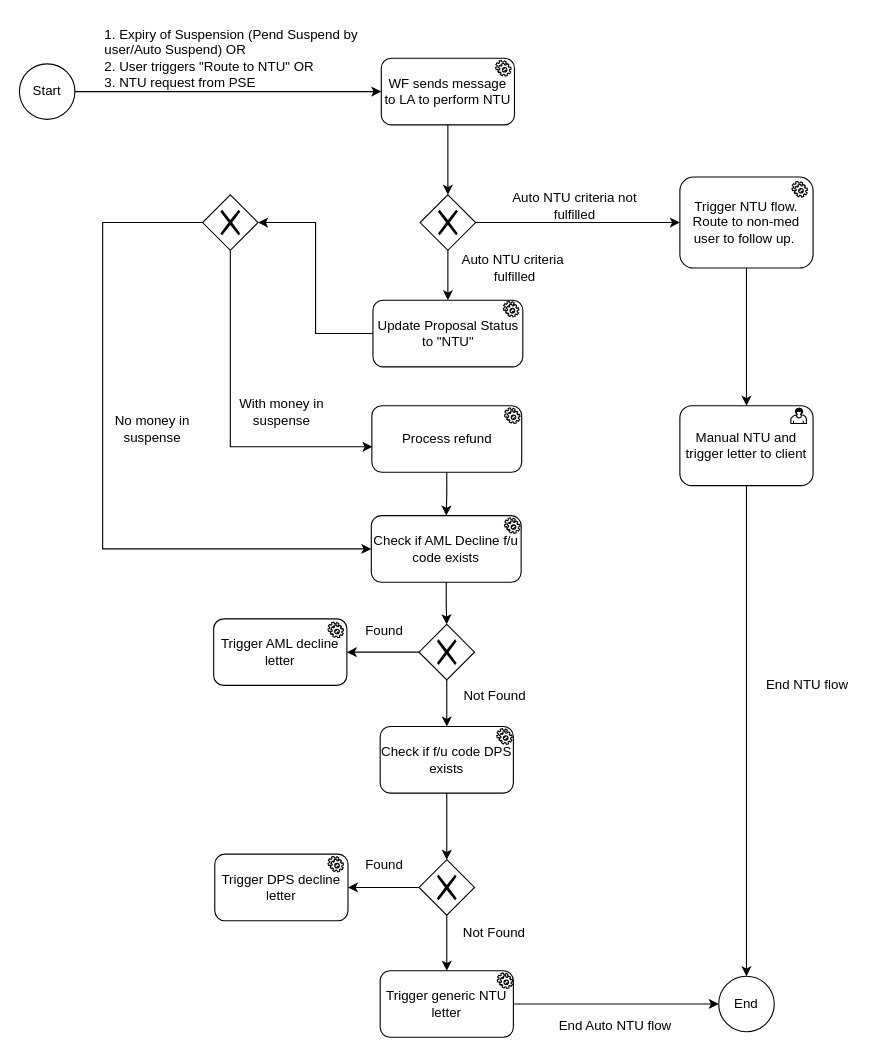
The draw.io diagram page "Auto NTU" (11 of 11) of HS.drawio in Jefferzonlee/WorkFlow-BPR, before the edit. Source tidied: cells renumbered, new cells numbered last; positions are measured from the earlier drawing's top-left corner, leaving out a move shared by most shapes. Both pictures are drawn from the tidied source at 111%, with x=0, y=0 at pixel (19, 19).
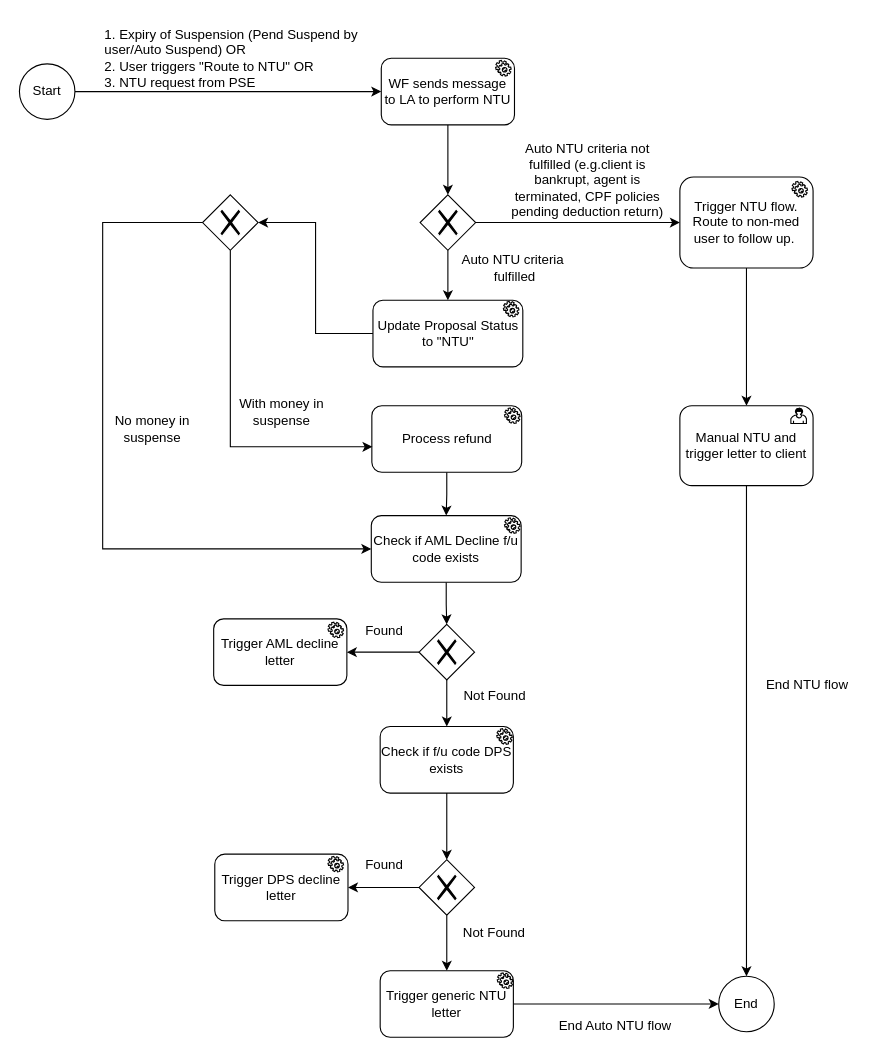
The same diagram, later.

Diff of the diagram source:
```diff
@@
-    <mxCell id="10" value="Auto NTU criteria not fulfilled" style="text;html=1;strokeColor=none;fillColor=none;align=center;verticalAlign=middle;whiteSpace=wrap;rounded=0;" parent="1" vertex="1">
-      <mxGeometry x="436" y="149" width="129" height="37" as="geometry" />
+    <mxCell id="10" value="Auto NTU criteria not fulfilled (e.g.client is bankrupt, agent is terminated, CPF policies pending deduction return)" style="text;html=1;strokeColor=none;fillColor=none;align=center;verticalAlign=middle;whiteSpace=wrap;rounded=0;" parent="1" vertex="1">
+      <mxGeometry x="439" y="110" width="146" height="69" as="geometry" />
     </mxCell>
```
